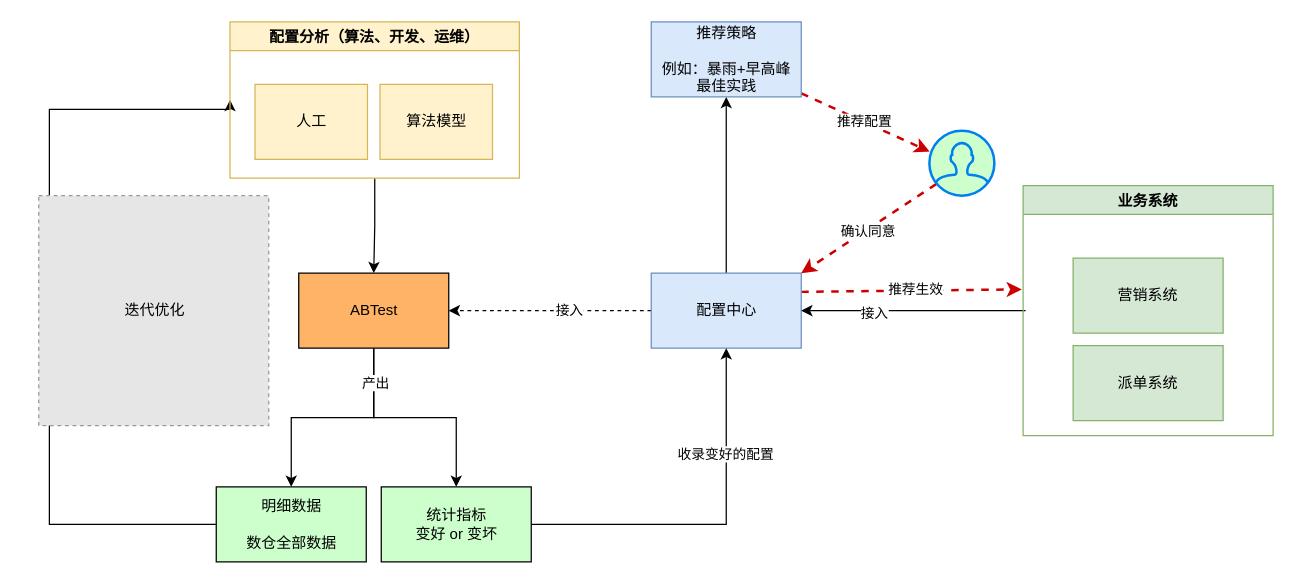
The draw.io diagram page "配置中心ABTest" (2 of 2) of hello.drawio in chenjinying1988/diagrams, before the edit. Source tidied: cells renumbered, new cells numbered last; positions are measured from the earlier drawing's top-left corner, leaving out a move shared by most shapes. Both pictures are drawn from the tidied source at 125%, with x=0, y=0 at pixel (39, 21). Pictures stored in the file or linked from it are replaced by grey dashed boxes.
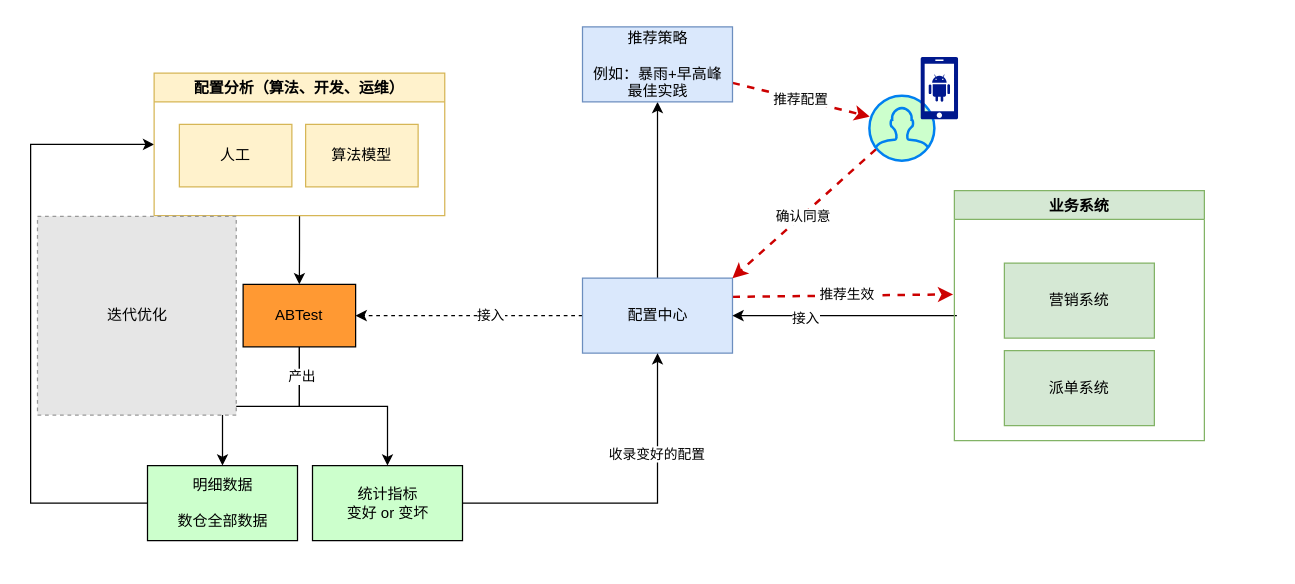
Above is the later version.

Diff of the diagram source:
```diff
@@
-    <mxCell id="2" style="edgeStyle=orthogonalEdgeStyle;rounded=0;jettySize=auto;html=1;entryX=0.5;entryY=0;entryDx=0;entryDy=0;" parent="1" edge="1" source="5" target="14">
+    <mxCell id="2" style="edgeStyle=orthogonalEdgeStyle;rounded=0;jettySize=auto;html=1;entryX=0.5;entryY=0;entryDx=0;entryDy=0;exitX=0.5;exitY=1;exitDx=0;exitDy=0;" parent="1" edge="1" source="5" target="14">
       <mxGeometry relative="1" as="geometry" />
     </mxCell>
@@
-    <mxCell id="5" value="ABTest" style="rounded=0;whiteSpace=wrap;html=1;fillColor=#FFB366;" parent="1" vertex="1">
-      <mxGeometry x="207.5" y="201" width="120" height="60" as="geometry" />
-    </mxCell>
@@
     <mxCell id="9" style="edgeStyle=none;rounded=0;jettySize=auto;html=1;exitX=1;exitY=0.25;exitDx=0;exitDy=0;dashed=1;endArrow=classic;endFill=1;strokeColor=#CC0000;strokeWidth=2;" parent="1" edge="1" source="11">
       <mxGeometry relative="1" as="geometry">
-        <mxPoint x="786" y="214" as="targetPoint" />
+        <mxPoint x="731" y="218" as="targetPoint" />
       </mxGeometry>
     </mxCell>
@@
     <mxCell id="11" value="配置中心" style="rounded=0;whiteSpace=wrap;html=1;fillColor=#dae8fc;strokeColor=#6c8ebf;" parent="1" vertex="1">
-      <mxGeometry x="489.5" y="201" width="120" height="60" as="geometry" />
+      <mxGeometry x="434.5" y="205" width="120" height="60" as="geometry" />
     </mxCell>
@@
     <mxCell id="14" value="统计指标&lt;br&gt;变好 or 变坏" style="rounded=0;whiteSpace=wrap;html=1;fillColor=#CCFFCC;" parent="1" vertex="1">
-      <mxGeometry x="273.5" y="372" width="120" height="60" as="geometry" />
+      <mxGeometry x="218.5" y="355" width="120" height="60" as="geometry" />
     </mxCell>
-    <mxCell id="15" style="edgeStyle=orthogonalEdgeStyle;rounded=0;jettySize=auto;html=1;entryX=0;entryY=0.5;entryDx=0;entryDy=0;exitX=0;exitY=0.5;exitDx=0;exitDy=0;" parent="1" edge="1" source="16" target="18">
+    <mxCell id="15" style="edgeStyle=orthogonalEdgeStyle;rounded=0;jettySize=auto;html=1;entryX=0;entryY=0.5;entryDx=0;entryDy=0;endArrow=classic;endFill=1;strokeColor=#000000;strokeWidth=1;" parent="1" edge="1" source="16" target="18">
       <mxGeometry relative="1" as="geometry">
         <Array as="points">
-          <mxPoint x="8" y="402" />
-          <mxPoint x="8" y="70" />
-          <mxPoint x="153" y="70" />
+          <mxPoint x="-7" y="385" />
+          <mxPoint x="-7" y="98" />
         </Array>
       </mxGeometry>
     </mxCell>
     <mxCell id="16" value="明细数据&lt;br&gt;&lt;br&gt;数仓全部数据" style="rounded=0;whiteSpace=wrap;html=1;fillColor=#CCFFCC;" parent="1" vertex="1">
-      <mxGeometry x="141.5" y="372" width="120" height="60" as="geometry" />
+      <mxGeometry x="86.5" y="355" width="120" height="60" as="geometry" />
     </mxCell>
@@
     <mxCell id="18" value="配置分析（算法、开发、运维）" style="swimlane;fillColor=#fff2cc;strokeColor=#d6b656;" parent="1" vertex="1">
-      <mxGeometry x="152.5" width="231.5" height="125" as="geometry" />
+      <mxGeometry x="91.8" y="41" width="232.5" height="114" as="geometry" />
     </mxCell>
     <mxCell id="19" value="算法模型" style="rounded=0;whiteSpace=wrap;html=1;fillColor=#fff2cc;strokeColor=#d6b656;" parent="18" vertex="1">
-      <mxGeometry x="120" y="50" width="90" height="60" as="geometry" />
+      <mxGeometry x="121.2" y="41" width="90" height="50" as="geometry" />
     </mxCell>
     <mxCell id="20" value="人工" style="rounded=0;whiteSpace=wrap;html=1;fillColor=#fff2cc;strokeColor=#d6b656;" parent="18" vertex="1">
-      <mxGeometry x="20" y="50" width="90" height="60" as="geometry" />
+      <mxGeometry x="20.2" y="41" width="90" height="50" as="geometry" />
     </mxCell>
@@
     <mxCell id="22" value="推荐策略&lt;br&gt;&lt;br&gt;例如：暴雨+早高峰&lt;br&gt;最佳实践" style="rounded=0;whiteSpace=wrap;html=1;fillColor=#dae8fc;strokeColor=#6c8ebf;" parent="1" vertex="1">
-      <mxGeometry x="489.5" width="120" height="60" as="geometry" />
+      <mxGeometry x="434.5" y="4" width="120" height="60" as="geometry" />
     </mxCell>
     <mxCell id="23" style="fillColor=#E6E6E6;strokeColor=#999999;dashed=1;html=1;verticalAlign=top;verticalLabelPosition=bottom;labelBackgroundColor=#ffffff;" parent="1" vertex="1">
-      <mxGeometry x="-0.5" y="139" width="184" height="184" as="geometry" />
+      <mxGeometry x="-1.5" y="155.5" width="159" height="159" as="geometry" />
     </mxCell>
     <mxCell id="24" value="迭代优化" style="text;html=1;align=center;verticalAlign=middle;strokeColor=none;fillColor=none;" parent="1" vertex="1">
-      <mxGeometry x="62.5" y="222" width="58" height="18" as="geometry" />
+      <mxGeometry x="49" y="226" width="58" height="18" as="geometry" />
     </mxCell>
     <mxCell id="25" style="edgeStyle=none;rounded=0;jettySize=auto;html=1;entryX=1;entryY=0.5;entryDx=0;entryDy=0;" parent="1" edge="1" target="11">
       <mxGeometry relative="1" as="geometry">
-        <mxPoint x="789" y="231" as="sourcePoint" />
+        <mxPoint x="734" y="235" as="sourcePoint" />
       </mxGeometry>
     </mxCell>
@@
     <mxCell id="27" value="业务系统" style="swimlane;shadow=0;strokeColor=#82b366;fillColor=#d5e8d4;startSize=23;" parent="1" vertex="1">
-      <mxGeometry x="787" y="131" width="200" height="200" as="geometry" />
+      <mxGeometry x="732" y="135" width="200" height="200" as="geometry" />
     </mxCell>
@@
     <mxCell id="32" style="html=1;verticalLabelPosition=bottom;align=center;labelBackgroundColor=#ffffff;verticalAlign=top;strokeWidth=2;strokeColor=#0080F0;shadow=0;dashed=0;shape=mxgraph.ios7.icons.user;fillColor=#CCFFCC;" parent="1" vertex="1">
-      <mxGeometry x="712" y="87" width="52" height="52" as="geometry" />
+      <mxGeometry x="664" y="59" width="52" height="52" as="geometry" />
     </mxCell>
@@
+    <mxCell id="5" value="ABTest" style="rounded=0;whiteSpace=wrap;html=1;fillColor=#FF9933;strokeColor=#000000;" parent="1" vertex="1">
+      <mxGeometry x="163" y="210" width="90" height="50" as="geometry" />
+    </mxCell>
+    <mxCell id="34" style="sketch=0;shadow=0;dashed=0;html=1;strokeColor=none;labelPosition=center;verticalLabelPosition=bottom;verticalAlign=top;align=center;fillColor=#00188D;shape=mxgraph.mscae.enterprise.android_phone;" parent="1" vertex="1">
+      <mxGeometry x="705" y="28" width="30" height="50" as="geometry" />
+    </mxCell>
```
